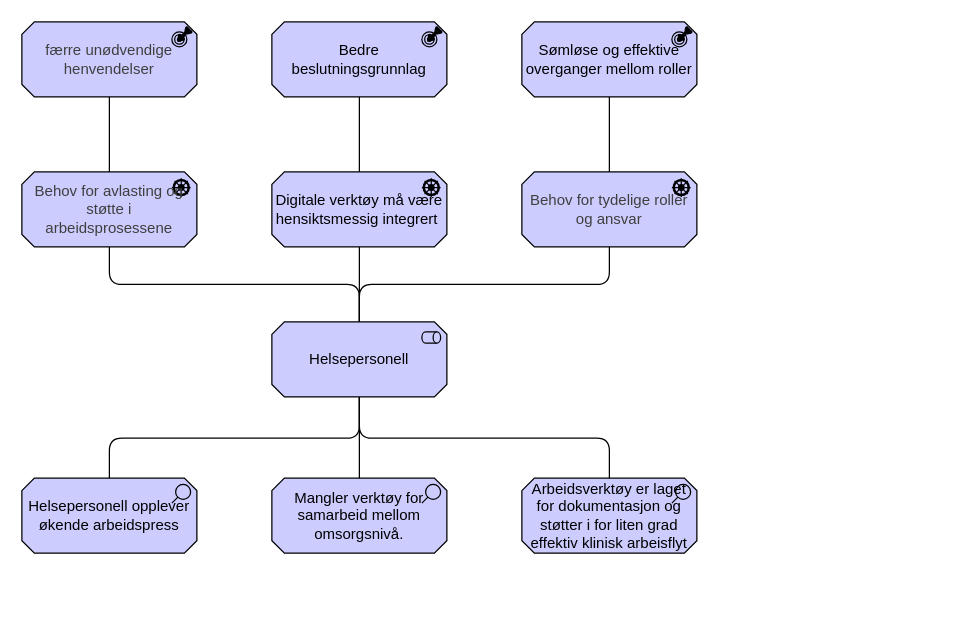
Earlier version of the draw.io diagram page "helsepersonell-concern" (3 of 5) of docs/interessent/motivasjon-interessent.drawio (hdir/Digital-Forstelinje). Source tidied: cells renumbered, new cells numbered last; positions are measured from the earlier drawing's top-left corner, leaving out a move shared by most shapes. Both pictures are drawn from the tidied source at 125%, with x=0, y=0 at pixel (21, 21).
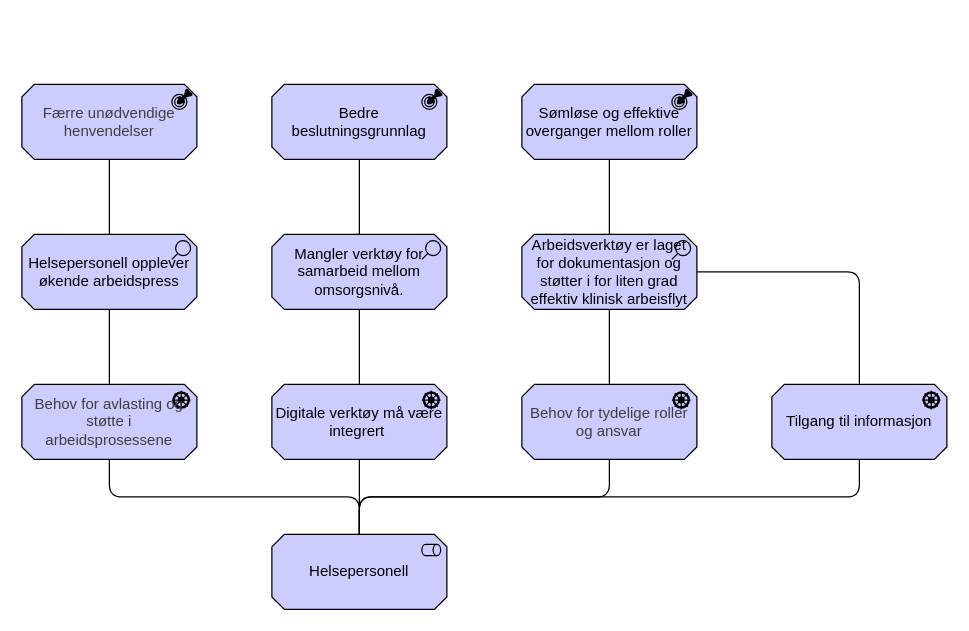
The same page after the edit.

Diff of the diagram source:
```diff
@@
     <mxCell id="2" value="Helsepersonell" style="html=1;outlineConnect=0;whiteSpace=wrap;fillColor=#CCCCFF;shape=mxgraph.archimate3.application;appType=role;archiType=oct;" parent="1" vertex="1">
-      <mxGeometry x="200" y="240" width="140" height="60" as="geometry" />
+      <mxGeometry x="200" y="410" width="140" height="60" as="geometry" />
     </mxCell>
-    <mxCell id="3" value="&lt;font style=&quot;font-size: 12px;&quot; face=&quot;Helvetica&quot;&gt;Digitale verktøy må være hensiktsmessig integrert&amp;nbsp;&lt;/font&gt;" style="html=1;outlineConnect=0;whiteSpace=wrap;fillColor=#CCCCFF;shape=mxgraph.archimate3.application;appType=driver;archiType=oct;" parent="1" vertex="1">
-      <mxGeometry x="200" y="120" width="140" height="60" as="geometry" />
+    <mxCell id="3" value="&lt;font face=&quot;Helvetica&quot; style=&quot;font-size: 12px;&quot;&gt;Digitale verktøy må være integrert&amp;nbsp;&lt;/font&gt;" style="html=1;outlineConnect=0;whiteSpace=wrap;fillColor=#CCCCFF;shape=mxgraph.archimate3.application;appType=driver;archiType=oct;" parent="1" vertex="1">
+      <mxGeometry x="200" y="290" width="140" height="60" as="geometry" />
     </mxCell>
     <mxCell id="4" value="Helsepersonell opplever økende arbeidspress" style="html=1;outlineConnect=0;whiteSpace=wrap;fillColor=#CCCCFF;shape=mxgraph.archimate3.application;appType=assess;archiType=oct;" parent="1" vertex="1">
-      <mxGeometry y="365" width="140" height="60" as="geometry" />
+      <mxGeometry y="170" width="140" height="60" as="geometry" />
     </mxCell>
     <mxCell id="5" value="Mangler verktøy for samarbeid mellom omsorgsnivå." style="html=1;outlineConnect=0;whiteSpace=wrap;fillColor=#CCCCFF;shape=mxgraph.archimate3.application;appType=assess;archiType=oct;" parent="1" vertex="1">
-      <mxGeometry x="200" y="365" width="140" height="60" as="geometry" />
+      <mxGeometry x="200" y="170" width="140" height="60" as="geometry" />
     </mxCell>
     <mxCell id="6" value="Arbeidsverktøy er laget for dokumentasjon og støtter i for liten grad effektiv klinisk arbeisflyt" style="html=1;outlineConnect=0;whiteSpace=wrap;fillColor=#CCCCFF;shape=mxgraph.archimate3.application;appType=assess;archiType=oct;" parent="1" vertex="1">
-      <mxGeometry x="400" y="365" width="140" height="60" as="geometry" />
+      <mxGeometry x="400" y="170" width="140" height="60" as="geometry" />
     </mxCell>
     <mxCell id="7" value="Bedre beslutningsgrunnlag" style="html=1;outlineConnect=0;whiteSpace=wrap;fillColor=#CCCCFF;shape=mxgraph.archimate3.application;appType=outcome;archiType=oct;" parent="1" vertex="1">
-      <mxGeometry x="200" width="140" height="60" as="geometry" />
+      <mxGeometry x="200" y="50" width="140" height="60" as="geometry" />
     </mxCell>
     <mxCell id="8" value="&lt;span style=&quot;color: rgb(63, 63, 63); text-align: left;&quot;&gt;&lt;font style=&quot;font-size: 12px;&quot;&gt;Behov for tydelige roller og ansvar&lt;/font&gt;&lt;/span&gt;" style="html=1;outlineConnect=0;whiteSpace=wrap;fillColor=#CCCCFF;shape=mxgraph.archimate3.application;appType=driver;archiType=oct;" parent="1" vertex="1">
-      <mxGeometry x="400" y="120" width="140" height="60" as="geometry" />
+      <mxGeometry x="400" y="290" width="140" height="60" as="geometry" />
     </mxCell>
     <mxCell id="9" value="&lt;span style=&quot;color: rgb(63, 63, 63); text-align: left;&quot;&gt;&lt;font style=&quot;font-size: 12px;&quot;&gt;Behov for avlasting og støtte i arbeidsprosessene&lt;/font&gt;&lt;/span&gt;" style="html=1;outlineConnect=0;whiteSpace=wrap;fillColor=#CCCCFF;shape=mxgraph.archimate3.application;appType=driver;archiType=oct;" parent="1" vertex="1">
-      <mxGeometry y="120" width="140" height="60" as="geometry" />
+      <mxGeometry y="290" width="140" height="60" as="geometry" />
     </mxCell>
     <mxCell id="10" value="Sømløse og effektive overganger mellom roller" style="html=1;outlineConnect=0;whiteSpace=wrap;fillColor=#CCCCFF;shape=mxgraph.archimate3.application;appType=outcome;archiType=oct;" parent="1" vertex="1">
-      <mxGeometry x="400" width="140" height="60" as="geometry" />
+      <mxGeometry x="400" y="50" width="140" height="60" as="geometry" />
     </mxCell>
-    <mxCell id="11" value="&lt;span style=&quot;color: rgb(63, 63, 63); text-align: left;&quot;&gt;&lt;font face=&quot;Helvetica&quot; style=&quot;font-size: 12px;&quot;&gt;færre unødvendige henvendelser&lt;/font&gt;&lt;/span&gt;" style="html=1;outlineConnect=0;whiteSpace=wrap;fillColor=#CCCCFF;shape=mxgraph.archimate3.application;appType=outcome;archiType=oct;" parent="1" vertex="1">
-      <mxGeometry width="140" height="60" as="geometry" />
+    <mxCell id="11" value="&lt;span style=&quot;color: rgb(63, 63, 63); text-align: left;&quot;&gt;&lt;font face=&quot;Helvetica&quot; style=&quot;font-size: 12px;&quot;&gt;Færre unødvendige henvendelser&lt;/font&gt;&lt;/span&gt;" style="html=1;outlineConnect=0;whiteSpace=wrap;fillColor=#CCCCFF;shape=mxgraph.archimate3.application;appType=outcome;archiType=oct;" parent="1" vertex="1">
+      <mxGeometry y="50" width="140" height="60" as="geometry" />
     </mxCell>
-    <mxCell id="12" style="edgeStyle=elbowEdgeStyle;html=1;endArrow=none;elbow=vertical;exitX=0.5;exitY=1;exitDx=0;exitDy=0;exitPerimeter=0;entryX=0.5;entryY=0;entryDx=0;entryDy=0;entryPerimeter=0;" parent="1" edge="1" source="2" target="4">
-      <mxGeometry relative="1" as="geometry" />
-    </mxCell>
-    <mxCell id="13" style="edgeStyle=elbowEdgeStyle;html=1;endArrow=none;elbow=vertical;exitX=0.5;exitY=1;exitDx=0;exitDy=0;exitPerimeter=0;entryX=0.5;entryY=0;entryDx=0;entryDy=0;entryPerimeter=0;" parent="1" edge="1" source="2" target="6">
-      <mxGeometry relative="1" as="geometry" />
-    </mxCell>
@@
-    <mxCell id="17" style="edgeStyle=elbowEdgeStyle;html=1;endArrow=none;elbow=vertical;exitX=0.5;exitY=1;exitDx=0;exitDy=0;exitPerimeter=0;entryX=0.5;entryY=0;entryDx=0;entryDy=0;entryPerimeter=0;" parent="1" edge="1" source="2" target="5">
-      <mxGeometry relative="1" as="geometry" />
-    </mxCell>
-    <mxCell id="18" style="edgeStyle=elbowEdgeStyle;html=1;endArrow=none;elbow=vertical;entryX=0.5;entryY=0;entryDx=0;entryDy=0;entryPerimeter=0;exitX=0.5;exitY=1;exitDx=0;exitDy=0;exitPerimeter=0;" parent="1" edge="1" source="7" target="3">
+    <mxCell id="18" style="edgeStyle=elbowEdgeStyle;html=1;endArrow=none;elbow=vertical;entryX=0.5;entryY=0;entryDx=0;entryDy=0;entryPerimeter=0;exitX=0.5;exitY=1;exitDx=0;exitDy=0;exitPerimeter=0;" parent="1" edge="1" source="5" target="3">
       <mxGeometry relative="1" as="geometry" />
     </mxCell>
     <mxCell id="19" style="html=1;endArrow=none;elbow=vertical;entryX=0.5;entryY=0;entryDx=0;entryDy=0;entryPerimeter=0;" parent="1" edge="1" target="8">
       <mxGeometry relative="1" as="geometry">
-        <mxPoint x="470" y="60" as="sourcePoint" />
+        <mxPoint x="470" y="230" as="sourcePoint" />
       </mxGeometry>
     </mxCell>
-    <mxCell id="20" style="edgeStyle=elbowEdgeStyle;html=1;endArrow=none;elbow=vertical;entryX=0.5;entryY=0;entryDx=0;entryDy=0;entryPerimeter=0;exitX=0.5;exitY=1;exitDx=0;exitDy=0;exitPerimeter=0;" parent="1" edge="1" source="11" target="9">
+    <mxCell id="20" style="edgeStyle=elbowEdgeStyle;html=1;endArrow=none;elbow=vertical;entryX=0.5;entryY=0;entryDx=0;entryDy=0;entryPerimeter=0;exitX=0.5;exitY=1;exitDx=0;exitDy=0;exitPerimeter=0;" parent="1" edge="1" source="4" target="9">
       <mxGeometry relative="1" as="geometry" />
     </mxCell>
+    <mxCell id="21" style="edgeStyle=elbowEdgeStyle;html=1;endArrow=none;elbow=vertical;entryX=0.5;entryY=0;entryDx=0;entryDy=0;entryPerimeter=0;exitX=0.5;exitY=1;exitDx=0;exitDy=0;exitPerimeter=0;" parent="1" edge="1" source="7" target="5">
+      <mxGeometry relative="1" as="geometry" />
+    </mxCell>
+    <mxCell id="22" style="edgeStyle=elbowEdgeStyle;html=1;endArrow=none;elbow=vertical;entryX=0.5;entryY=0;entryDx=0;entryDy=0;entryPerimeter=0;exitX=0.5;exitY=1;exitDx=0;exitDy=0;exitPerimeter=0;" parent="1" edge="1" source="11" target="4">
+      <mxGeometry relative="1" as="geometry" />
+    </mxCell>
+    <mxCell id="23" style="html=1;endArrow=none;elbow=vertical;entryX=0.5;entryY=0;entryDx=0;entryDy=0;entryPerimeter=0;exitX=0.5;exitY=1;exitDx=0;exitDy=0;exitPerimeter=0;" parent="1" edge="1" source="10" target="6">
+      <mxGeometry relative="1" as="geometry" />
+    </mxCell>
+    <mxCell id="24" value="&lt;font face=&quot;Helvetica&quot; style=&quot;font-size: 12px;&quot;&gt;Tilgang til informasjon&lt;/font&gt;" style="html=1;outlineConnect=0;whiteSpace=wrap;fillColor=#CCCCFF;shape=mxgraph.archimate3.application;appType=driver;archiType=oct;" parent="1" vertex="1">
+      <mxGeometry x="600" y="290" width="140" height="60" as="geometry" />
+    </mxCell>
+    <mxCell id="25" style="edgeStyle=elbowEdgeStyle;html=1;endArrow=none;elbow=vertical;exitX=0.5;exitY=1;exitDx=0;exitDy=0;exitPerimeter=0;entryX=0.5;entryY=0;entryDx=0;entryDy=0;entryPerimeter=0;" parent="1" edge="1" source="24" target="2">
+      <mxGeometry relative="1" as="geometry" />
+    </mxCell>
+    <mxCell id="26" style="edgeStyle=elbowEdgeStyle;html=1;endArrow=none;elbow=vertical;exitX=0.5;exitY=0;exitDx=0;exitDy=0;exitPerimeter=0;entryX=1;entryY=0.5;entryDx=0;entryDy=0;entryPerimeter=0;" parent="1" edge="1" source="24" target="6">
+      <mxGeometry relative="1" as="geometry">
+        <Array as="points">
+          <mxPoint x="610" y="200" />
+        </Array>
+      </mxGeometry>
+    </mxCell>
```
